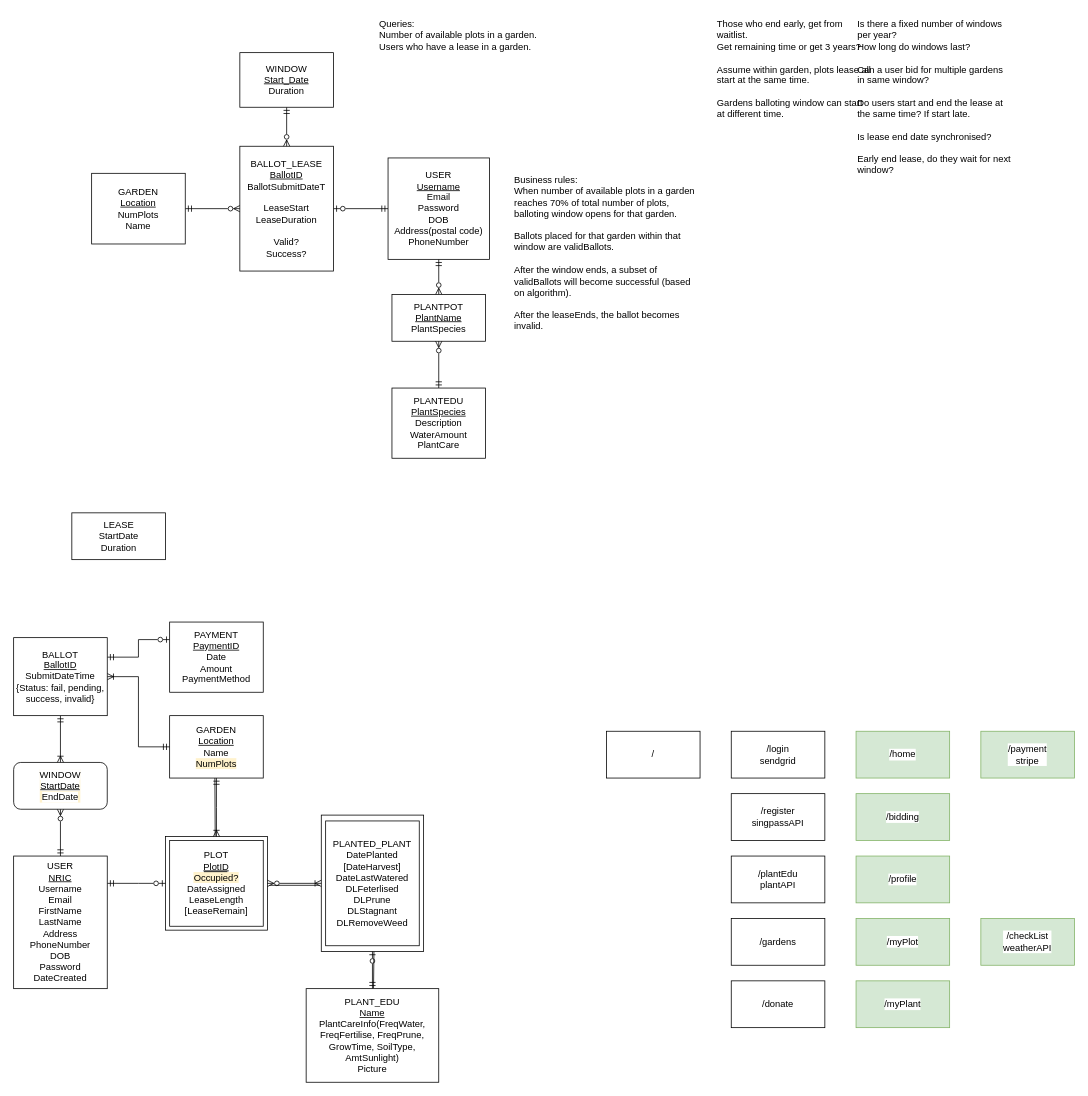
CS203-G2-T7/CS203-Project keeps this draw.io diagram as Project Files/ER Diagram Project.drawio. Above is the earlier version. Source tidied: cells renumbered, new cells numbered last; positions are measured from the earlier drawing's top-left corner, leaving out a move shared by most shapes. Both pictures are drawn from the tidied source at 78%, with x=0, y=0 at pixel (13, 13).
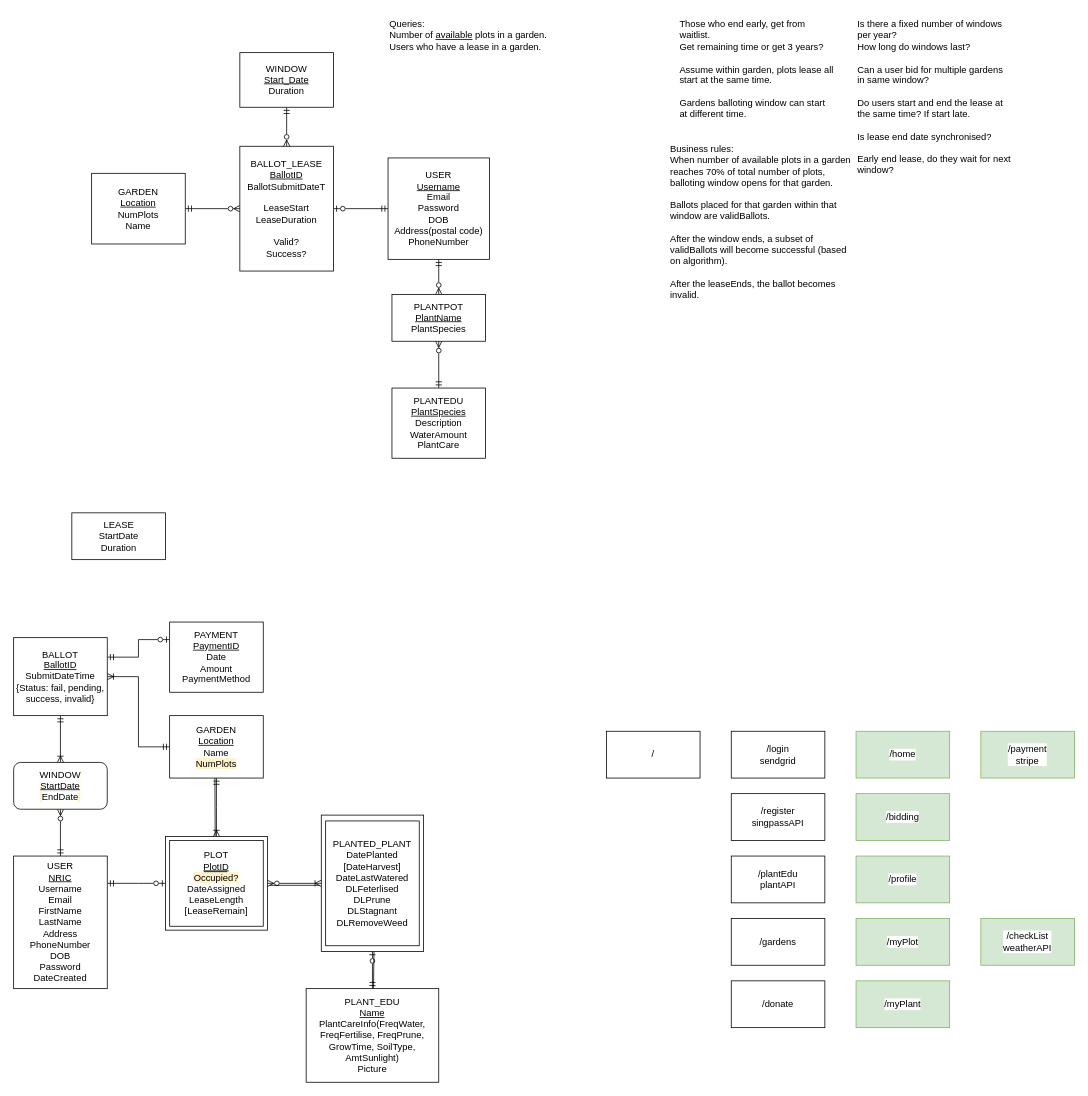
The same page after the edit.

Commit message (it also covers changes not shown here):
Add excel sheet explaining relations.

Change to the diagram source:
```diff
@@
     <mxCell id="50" value="Those who end early, get from waitlist.&lt;br&gt;Get remaining time or get 3 years?&lt;br&gt;&lt;br&gt;Assume within garden, plots lease all start at the same time.&lt;br&gt;&lt;br&gt;Gardens balloting window can start at different time." style="text;html=1;strokeColor=none;fillColor=none;align=left;verticalAlign=top;whiteSpace=wrap;rounded=0;" parent="1" vertex="1">
-      <mxGeometry x="900" width="200" height="170" as="geometry" />
+      <mxGeometry x="852" width="200" height="170" as="geometry" />
     </mxCell>
-    <mxCell id="51" value="Queries:&lt;br&gt;Number of available plots in a garden.&lt;br&gt;Users who have a lease in a garden." style="text;html=1;strokeColor=none;fillColor=none;align=left;verticalAlign=top;whiteSpace=wrap;rounded=0;" parent="1" vertex="1">
-      <mxGeometry x="467" width="240" height="60" as="geometry" />
+    <mxCell id="51" value="Queries:&lt;br&gt;Number of &lt;u&gt;available&lt;/u&gt; plots in a garden.&lt;br&gt;Users who have a lease in a garden." style="text;html=1;strokeColor=none;fillColor=none;align=left;verticalAlign=top;whiteSpace=wrap;rounded=0;" parent="1" vertex="1">
+      <mxGeometry x="480" width="240" height="60" as="geometry" />
     </mxCell>
     <mxCell id="52" value="Business rules:&lt;br&gt;When number of available plots in a garden reaches 70% of total number of plots, balloting window opens for that garden.&lt;br&gt;&lt;br&gt;Ballots placed for that garden within that window are validBallots.&lt;br&gt;&lt;br&gt;After the window ends, a subset of validBallots will become successful (based on algorithm).&lt;br&gt;&lt;br&gt;After the leaseEnds, the ballot becomes invalid." style="text;html=1;strokeColor=none;fillColor=none;align=left;verticalAlign=top;whiteSpace=wrap;rounded=0;" parent="1" vertex="1">
-      <mxGeometry x="640" y="200" width="240" height="220" as="geometry" />
+      <mxGeometry x="840" y="160" width="240" height="220" as="geometry" />
     </mxCell>
```
